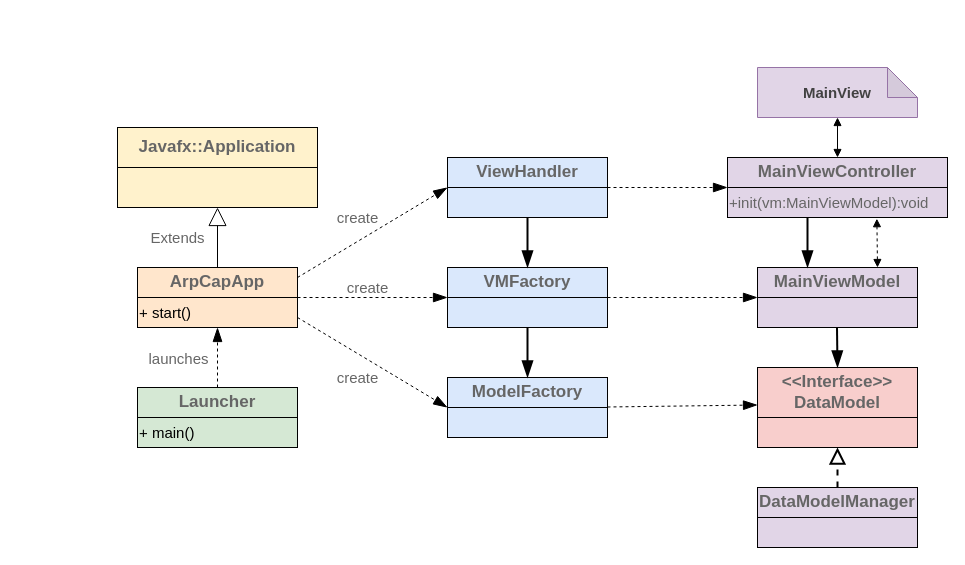
The draw.io diagram CS/ComputerNetwork/ArpCapture.drawio in umiskky/Diagrams, before the edit. Source tidied: cells renumbered, new cells numbered last; positions are measured from the earlier drawing's top-left corner, leaving out a move shared by most shapes. Both pictures are drawn from the tidied source at 100%, with x=0, y=0 at pixel (117, 67).
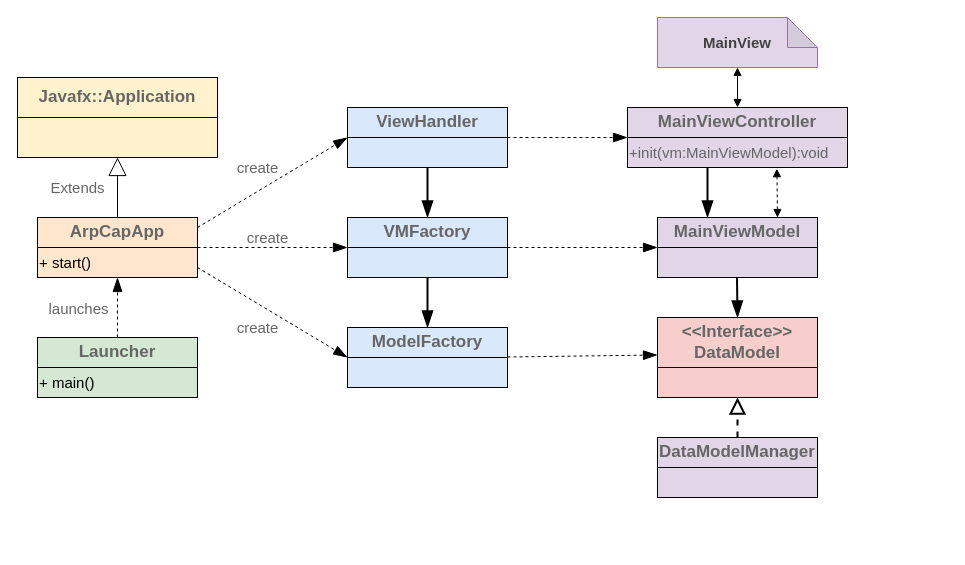
After the change.

Unchanged cells that the change refers to:
```xml
<mxCell id="16" style="rounded=0;whiteSpace=wrap;html=1;shadow=0;dashed=0;fontSize=15;fontColor=#666666;strokeColor=#000000;strokeWidth=1;fillColor=inherit;gradientColor=inherit;align=left;" parent="14" vertex="1">
  <mxGeometry y="30" width="160" height="30" as="geometry" />
</mxCell>
<mxCell id="18" value="&lt;span style=&quot;font-size: 17px ; font-weight: 700&quot;&gt;VMFactory&lt;/span&gt;" style="rounded=0;whiteSpace=wrap;html=1;shadow=0;dashed=0;fontSize=15;fontColor=#666666;strokeColor=#000000;strokeWidth=1;fillColor=inherit;gradientColor=inherit;" parent="17" vertex="1">
  <mxGeometry width="160" height="30" as="geometry" />
</mxCell>
<mxCell id="19" style="rounded=0;whiteSpace=wrap;html=1;shadow=0;dashed=0;fontSize=15;fontColor=#666666;strokeColor=#000000;strokeWidth=1;fillColor=inherit;gradientColor=inherit;align=left;" parent="17" vertex="1">
  <mxGeometry y="30" width="160" height="30" as="geometry" />
</mxCell>
<mxCell id="21" value="&lt;span style=&quot;font-size: 17px ; font-weight: 700&quot;&gt;ModelFactory&lt;/span&gt;" style="rounded=0;whiteSpace=wrap;html=1;shadow=0;dashed=0;fontSize=15;fontColor=#666666;strokeColor=#000000;strokeWidth=1;fillColor=inherit;gradientColor=inherit;" parent="20" vertex="1">
  <mxGeometry width="160" height="30" as="geometry" />
</mxCell>
<mxCell id="28" value="&lt;span style=&quot;font-size: 17px ; font-weight: 700&quot;&gt;MainViewController&lt;/span&gt;" style="rounded=0;whiteSpace=wrap;html=1;shadow=0;dashed=0;fontSize=15;fontColor=#666666;strokeColor=#000000;strokeWidth=1;fillColor=inherit;gradientColor=inherit;" parent="27" vertex="1">
  <mxGeometry width="220" height="30" as="geometry" />
</mxCell>
<mxCell id="29" value="+init(vm:MainViewModel):void" style="rounded=0;whiteSpace=wrap;html=1;shadow=0;dashed=0;fontSize=15;fontColor=#666666;strokeColor=#000000;strokeWidth=1;fillColor=inherit;gradientColor=inherit;align=left;" parent="27" vertex="1">
  <mxGeometry y="30" width="220" height="30" as="geometry" />
</mxCell>
<mxCell id="31" value="&lt;span style=&quot;font-size: 17px ; font-weight: 700&quot;&gt;MainViewModel&lt;/span&gt;" style="rounded=0;whiteSpace=wrap;html=1;shadow=0;dashed=0;fontSize=15;fontColor=#666666;strokeColor=#000000;strokeWidth=1;fillColor=inherit;gradientColor=inherit;" parent="30" vertex="1">
  <mxGeometry width="160" height="30" as="geometry" />
</mxCell>
<mxCell id="34" value="&lt;span style=&quot;font-size: 17px&quot;&gt;&lt;b&gt;&amp;lt;&amp;lt;Interface&amp;gt;&amp;gt;&lt;br&gt;DataModel&lt;br&gt;&lt;/b&gt;&lt;/span&gt;" style="rounded=0;whiteSpace=wrap;html=1;shadow=0;dashed=0;fontSize=15;fontColor=#666666;strokeColor=#000000;strokeWidth=1;fillColor=inherit;gradientColor=inherit;" parent="33" vertex="1">
  <mxGeometry width="160" height="50" as="geometry" />
</mxCell>
```

Diff of the diagram source:
```diff
@@
+    <mxCell id="49" style="group;" parent="1" vertex="1">
+      <mxGeometry x="-100" y="-50" width="830" height="480" as="geometry" />
+    </mxCell>
-    <mxCell id="2" style="group;fillColor=#fff2cc;strokeColor=#d6b656;" parent="1" vertex="1">
+    <mxCell id="2" style="group;fillColor=#fff2cc;strokeColor=#d6b656;" parent="49" vertex="1">
       <mxGeometry y="60" width="200" height="80" as="geometry" />
     </mxCell>
@@
-    <mxCell id="5" style="group;fillColor=#ffe6cc;strokeColor=#d79b00;" parent="1" vertex="1">
+    <mxCell id="5" style="group;fillColor=#ffe6cc;strokeColor=#d79b00;" parent="49" vertex="1">
       <mxGeometry x="20" y="200" width="160" height="60" as="geometry" />
     </mxCell>
@@
-    <mxCell id="9" style="group;fillColor=#d5e8d4;strokeColor=#82b366;" parent="1" vertex="1">
+    <mxCell id="9" style="group;fillColor=#d5e8d4;strokeColor=#82b366;" parent="49" vertex="1">
       <mxGeometry x="20" y="320" width="160" height="60" as="geometry" />
     </mxCell>
@@
-    <mxCell id="14" style="group;fillColor=#dae8fc;strokeColor=#6c8ebf;" parent="1" vertex="1">
+    <mxCell id="14" style="group;fillColor=#dae8fc;strokeColor=#6c8ebf;" parent="49" vertex="1">
       <mxGeometry x="330" y="90" width="160" height="60" as="geometry" />
     </mxCell>
@@
-    <mxCell id="17" style="group;fillColor=#dae8fc;strokeColor=#6c8ebf;" parent="1" vertex="1">
+    <mxCell id="17" style="group;fillColor=#dae8fc;strokeColor=#6c8ebf;" parent="49" vertex="1">
       <mxGeometry x="330" y="200" width="160" height="60" as="geometry" />
     </mxCell>
@@
-    <mxCell id="20" style="group;fillColor=#dae8fc;strokeColor=#6c8ebf;" parent="1" vertex="1">
+    <mxCell id="20" style="group;fillColor=#dae8fc;strokeColor=#6c8ebf;" parent="49" vertex="1">
       <mxGeometry x="330" y="310" width="160" height="60" as="geometry" />
     </mxCell>
@@
-    <mxCell id="23" value="create" style="endArrow=blockThin;endSize=12;dashed=1;html=1;fontSize=15;fontColor=#666666;entryX=0;entryY=0;entryDx=0;entryDy=0;endFill=1;" parent="1" edge="1" target="16">
+    <mxCell id="23" value="create" style="endArrow=blockThin;endSize=12;dashed=1;html=1;fontSize=15;fontColor=#666666;entryX=0;entryY=0;entryDx=0;entryDy=0;endFill=1;" parent="49" edge="1" target="16">
       <mxGeometry x="-0.06" y="21" relative="1" as="geometry">
         <mxPoint x="180" y="210" as="sourcePoint" />
       </mxGeometry>
     </mxCell>
-    <mxCell id="24" value="create" style="endArrow=blockThin;endSize=12;dashed=1;html=1;fontSize=15;fontColor=#666666;endFill=1;" parent="1" edge="1">
+    <mxCell id="24" value="create" style="endArrow=blockThin;endSize=12;dashed=1;html=1;fontSize=15;fontColor=#666666;endFill=1;" parent="49" edge="1">
       <mxGeometry x="-0.07" y="10" relative="1" as="geometry">
         <mxPoint x="180" y="230" as="sourcePoint" />
         <mxPoint x="330" y="230" as="targetPoint" />
       </mxGeometry>
     </mxCell>
-    <mxCell id="25" value="create" style="endArrow=blockThin;endSize=12;dashed=1;html=1;fontSize=15;fontColor=#666666;entryX=0;entryY=1;entryDx=0;entryDy=0;endFill=1;" parent="1" edge="1" target="21">
+    <mxCell id="25" value="create" style="endArrow=blockThin;endSize=12;dashed=1;html=1;fontSize=15;fontColor=#666666;entryX=0;entryY=1;entryDx=0;entryDy=0;endFill=1;" parent="49" edge="1" target="21">
       <mxGeometry x="-0.06" y="-21" relative="1" as="geometry">
         <mxPoint x="180" y="250" as="sourcePoint" />
       </mxGeometry>
     </mxCell>
-    <mxCell id="26" value="&lt;b&gt;&lt;font color=&quot;#424242&quot;&gt;MainView&lt;/font&gt;&lt;/b&gt;" style="shape=note;whiteSpace=wrap;html=1;backgroundOutline=1;darkOpacity=0.05;shadow=0;dashed=0;fontSize=15;strokeColor=#9673a6;strokeWidth=1;fillColor=#e1d5e7;" parent="1" vertex="1">
+    <mxCell id="26" value="&lt;b&gt;&lt;font color=&quot;#424242&quot;&gt;MainView&lt;/font&gt;&lt;/b&gt;" style="shape=note;whiteSpace=wrap;html=1;backgroundOutline=1;darkOpacity=0.05;shadow=0;dashed=0;fontSize=15;strokeColor=#9673a6;strokeWidth=1;fillColor=#e1d5e7;" parent="49" vertex="1">
       <mxGeometry x="640" width="160" height="50" as="geometry" />
     </mxCell>
-    <mxCell id="27" style="group;fillColor=#e1d5e7;strokeColor=#9673a6;" parent="1" vertex="1">
+    <mxCell id="27" style="group;fillColor=#e1d5e7;strokeColor=#9673a6;" parent="49" vertex="1">
       <mxGeometry x="610" y="90" width="220" height="60" as="geometry" />
     </mxCell>
@@
-    <mxCell id="30" style="group;fillColor=#e1d5e7;strokeColor=#9673a6;" parent="1" vertex="1">
+    <mxCell id="30" style="group;fillColor=#e1d5e7;strokeColor=#9673a6;" parent="49" vertex="1">
       <mxGeometry x="640" y="200" width="160" height="60" as="geometry" />
     </mxCell>
@@
-    <mxCell id="33" style="group;fillColor=#f8cecc;strokeColor=#b85450;" parent="1" vertex="1">
+    <mxCell id="33" style="group;fillColor=#f8cecc;strokeColor=#b85450;" parent="49" vertex="1">
       <mxGeometry x="640" y="300" width="160" height="80" as="geometry" />
     </mxCell>
@@
-    <mxCell id="36" style="group;fillColor=#e1d5e7;strokeColor=#9673a6;" parent="1" vertex="1">
+    <mxCell id="36" style="group;fillColor=#e1d5e7;strokeColor=#9673a6;" parent="49" vertex="1">
       <mxGeometry x="640" y="420" width="160" height="60" as="geometry" />
     </mxCell>
@@
-    <mxCell id="40" style="endArrow=blockThin;endSize=12;dashed=1;html=1;shadow=0;fontSize=15;fontColor=#666666;endFill=1;" parent="1" edge="1">
+    <mxCell id="40" style="endArrow=blockThin;endSize=12;dashed=1;html=1;shadow=0;fontSize=15;fontColor=#666666;endFill=1;" parent="49" edge="1">
       <mxGeometry relative="1" as="geometry">
         <mxPoint x="490" y="120" as="sourcePoint" />
         <mxPoint x="610" y="120" as="targetPoint" />
       </mxGeometry>
     </mxCell>
-    <mxCell id="41" style="endArrow=blockThin;endSize=12;dashed=1;html=1;shadow=0;fontSize=15;fontColor=#666666;entryX=0;entryY=1;entryDx=0;entryDy=0;exitX=1;exitY=0;exitDx=0;exitDy=0;endFill=1;" parent="1" edge="1" source="19" target="31">
+    <mxCell id="41" style="endArrow=blockThin;endSize=12;dashed=1;html=1;shadow=0;fontSize=15;fontColor=#666666;entryX=0;entryY=1;entryDx=0;entryDy=0;exitX=1;exitY=0;exitDx=0;exitDy=0;endFill=1;" parent="49" edge="1" source="19" target="31">
       <mxGeometry relative="1" as="geometry" />
     </mxCell>
-    <mxCell id="42" style="endArrow=blockThin;endSize=12;dashed=1;html=1;shadow=0;fontSize=15;fontColor=#666666;entryX=0;entryY=0.75;entryDx=0;entryDy=0;endFill=1;" parent="1" edge="1" target="34">
+    <mxCell id="42" style="endArrow=blockThin;endSize=12;dashed=1;html=1;shadow=0;fontSize=15;fontColor=#666666;entryX=0;entryY=0.75;entryDx=0;entryDy=0;endFill=1;" parent="49" edge="1" target="34">
       <mxGeometry relative="1" as="geometry">
         <mxPoint x="490" y="339.5" as="sourcePoint" />
       </mxGeometry>
     </mxCell>
-    <mxCell id="43" style="endArrow=block;startArrow=block;endFill=1;startFill=1;html=1;shadow=0;fontSize=15;fontColor=#666666;entryX=0.5;entryY=1;entryDx=0;entryDy=0;entryPerimeter=0;exitX=0.5;exitY=0;exitDx=0;exitDy=0;" parent="1" edge="1" source="28" target="26">
+    <mxCell id="43" style="endArrow=block;startArrow=block;endFill=1;startFill=1;html=1;shadow=0;fontSize=15;fontColor=#666666;entryX=0.5;entryY=1;entryDx=0;entryDy=0;entryPerimeter=0;exitX=0.5;exitY=0;exitDx=0;exitDy=0;" parent="49" edge="1" source="28" target="26">
       <mxGeometry relative="1" as="geometry" />
     </mxCell>
-    <mxCell id="44" style="endArrow=block;startArrow=block;endFill=1;startFill=1;html=1;shadow=0;fontSize=15;fontColor=#666666;exitX=0.75;exitY=0;exitDx=0;exitDy=0;entryX=0.679;entryY=1.04;entryDx=0;entryDy=0;entryPerimeter=0;dashed=1;" parent="1" edge="1" source="31" target="29">
+    <mxCell id="44" style="endArrow=block;startArrow=block;endFill=1;startFill=1;html=1;shadow=0;fontSize=15;fontColor=#666666;exitX=0.75;exitY=0;exitDx=0;exitDy=0;entryX=0.679;entryY=1.04;entryDx=0;entryDy=0;entryPerimeter=0;dashed=1;" parent="49" edge="1" source="31" target="29">
       <mxGeometry relative="1" as="geometry" />
     </mxCell>
-    <mxCell id="45" style="endArrow=blockThin;endFill=1;endSize=12;html=1;shadow=0;fontSize=15;fontColor=#666666;strokeWidth=2;startArrow=none;startFill=0;" parent="1" edge="1" target="18">
+    <mxCell id="45" style="endArrow=blockThin;endFill=1;endSize=12;html=1;shadow=0;fontSize=15;fontColor=#666666;strokeWidth=2;startArrow=none;startFill=0;" parent="49" edge="1" target="18">
       <mxGeometry relative="1" as="geometry">
         <mxPoint x="410" y="150" as="sourcePoint" />
       </mxGeometry>
     </mxCell>
-    <mxCell id="46" style="endArrow=blockThin;endFill=1;endSize=12;html=1;shadow=0;fontSize=15;fontColor=#666666;strokeWidth=2;startArrow=none;startFill=0;exitX=0.5;exitY=1;exitDx=0;exitDy=0;entryX=0.5;entryY=0;entryDx=0;entryDy=0;" parent="1" edge="1" source="19" target="21">
+    <mxCell id="46" style="endArrow=blockThin;endFill=1;endSize=12;html=1;shadow=0;fontSize=15;fontColor=#666666;strokeWidth=2;startArrow=none;startFill=0;exitX=0.5;exitY=1;exitDx=0;exitDy=0;entryX=0.5;entryY=0;entryDx=0;entryDy=0;" parent="49" edge="1" source="19" target="21">
       <mxGeometry relative="1" as="geometry" />
     </mxCell>
-    <mxCell id="47" style="endArrow=blockThin;endFill=1;endSize=12;html=1;shadow=0;fontSize=15;fontColor=#666666;strokeWidth=2;startArrow=none;startFill=0;" parent="1" edge="1">
+    <mxCell id="47" style="endArrow=blockThin;endFill=1;endSize=12;html=1;shadow=0;fontSize=15;fontColor=#666666;strokeWidth=2;startArrow=none;startFill=0;" parent="49" edge="1">
       <mxGeometry relative="1" as="geometry">
         <mxPoint x="690" y="150" as="sourcePoint" />
         <mxPoint x="690" y="200" as="targetPoint" />
       </mxGeometry>
     </mxCell>
-    <mxCell id="48" style="endArrow=blockThin;endFill=1;endSize=12;html=1;shadow=0;fontSize=15;fontColor=#666666;strokeWidth=2;startArrow=none;startFill=0;" parent="1" edge="1">
+    <mxCell id="48" style="endArrow=blockThin;endFill=1;endSize=12;html=1;shadow=0;fontSize=15;fontColor=#666666;strokeWidth=2;startArrow=none;startFill=0;" parent="49" edge="1">
       <mxGeometry relative="1" as="geometry">
         <mxPoint x="719.5" y="260" as="sourcePoint" />
         <mxPoint x="720" y="300" as="targetPoint" />
       </mxGeometry>
     </mxCell>
```
